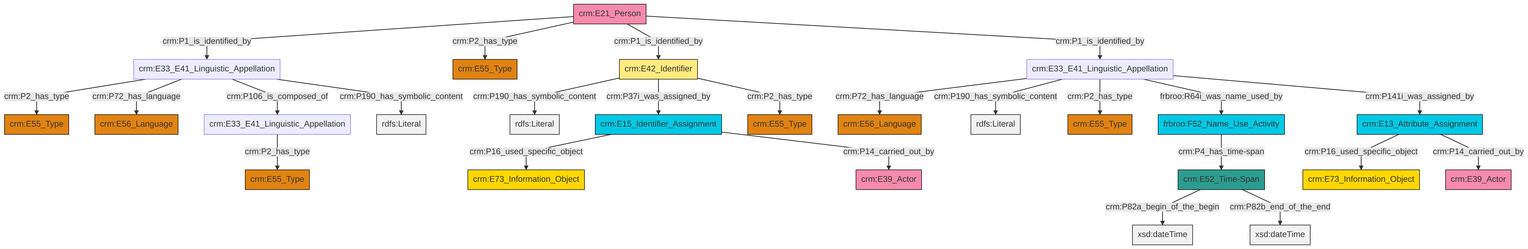
swiss-art-research-net/reference-data-models keeps this Mermaid diagram as et/personCSV/ttl/mmd/png/Person_Names_and_Classification.png. Above is the earlier version. Its source is kept beside it as et/personCSV/ttl/mmd/Person_Names_and_Classification.ttl.mmd.
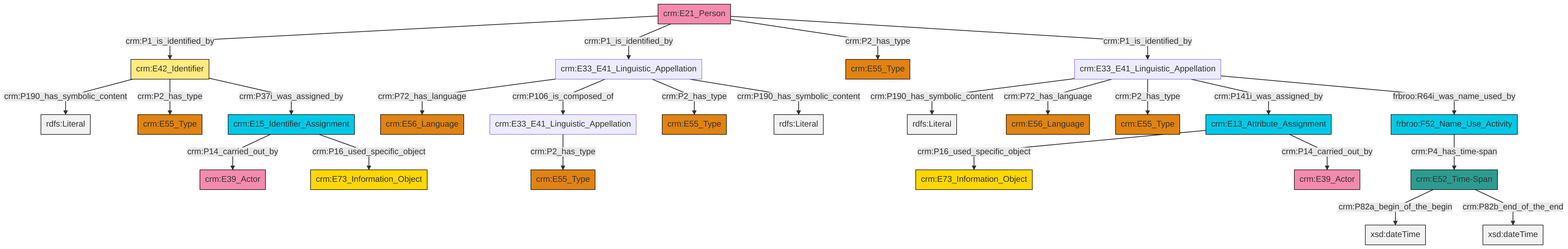
After the commit.

What changed in the source:
```diff
@@ -13,27 +13,27 @@
 classDef PC_Classes fill:#4ce600, stroke:#000000;
 classDef Multi fill:#cccccc,stroke:#000000;
 
-0["crm:E21_Person"]:::Actor -->|crm:P1_is_identified_by| 1["crm:E33_E41_Linguistic_Appellation"]:::Default
-2["crm:E13_Attribute_Assignment"]:::Temporal_Entity -->|crm:P16_used_specific_object| 3["crm:E73_Information_Object"]:::Conceptual_Object
-12["crm:E33_E41_Linguistic_Appellation"]:::Default -->|crm:P72_has_language| 13["crm:E56_Language"]:::Type
-2["crm:E13_Attribute_Assignment"]:::Temporal_Entity -->|crm:P14_carried_out_by| 17["crm:E39_Actor"]:::Actor
-0["crm:E21_Person"]:::Actor -->|crm:P2_has_type| 25["crm:E55_Type"]:::Type
-12["crm:E33_E41_Linguistic_Appellation"]:::Default -->|crm:P190_has_symbolic_content| 26[rdfs:Literal]:::Literal
-1["crm:E33_E41_Linguistic_Appellation"]:::Default -->|crm:P2_has_type| 20["crm:E55_Type"]:::Type
-33["crm:E42_Identifier"]:::Appellation -->|crm:P190_has_symbolic_content| 34[rdfs:Literal]:::Literal
-14["crm:E15_Identifier_Assignment"]:::Temporal_Entity -->|crm:P16_used_specific_object| 35["crm:E73_Information_Object"]:::Conceptual_Object
-12["crm:E33_E41_Linguistic_Appellation"]:::Default -->|crm:P2_has_type| 22["crm:E55_Type"]:::Type
-0["crm:E21_Person"]:::Actor -->|crm:P1_is_identified_by| 33["crm:E42_Identifier"]:::Appellation
-10["crm:E33_E41_Linguistic_Appellation"]:::Default -->|crm:P2_has_type| 4["crm:E55_Type"]:::Type
-39["crm:E52_Time-Span"]:::Time-Span -->|crm:P82a_begin_of_the_begin| 40[xsd:dateTime]:::Literal
-39["crm:E52_Time-Span"]:::Time-Span -->|crm:P82b_end_of_the_end| 41[xsd:dateTime]:::Literal
-1["crm:E33_E41_Linguistic_Appellation"]:::Default -->|crm:P72_has_language| 18["crm:E56_Language"]:::Type
-12["crm:E33_E41_Linguistic_Appellation"]:::Default -->|frbroo:R64i_was_name_used_by| 29["frbroo:F52_Name_Use_Activity"]:::Temporal_Entity
-1["crm:E33_E41_Linguistic_Appellation"]:::Default -->|crm:P106_is_composed_of| 10["crm:E33_E41_Linguistic_Appellation"]:::Default
-33["crm:E42_Identifier"]:::Appellation -->|crm:P37i_was_assigned_by| 14["crm:E15_Identifier_Assignment"]:::Temporal_Entity
-1["crm:E33_E41_Linguistic_Appellation"]:::Default -->|crm:P190_has_symbolic_content| 43[rdfs:Literal]:::Literal
-14["crm:E15_Identifier_Assignment"]:::Temporal_Entity -->|crm:P14_carried_out_by| 7["crm:E39_Actor"]:::Actor
-12["crm:E33_E41_Linguistic_Appellation"]:::Default -->|crm:P141i_was_assigned_by| 2["crm:E13_Attribute_Assignment"]:::Temporal_Entity
-33["crm:E42_Identifier"]:::Appellation -->|crm:P2_has_type| 27["crm:E55_Type"]:::Type
-0["crm:E21_Person"]:::Actor -->|crm:P1_is_identified_by| 12["crm:E33_E41_Linguistic_Appellation"]:::Default
-29["frbroo:F52_Name_Use_Activity"]:::Temporal_Entity -->|crm:P4_has_time-span| 39["crm:E52_Time-Span"]:::Time-Span
+0["crm:E21_Person"]:::Actor -->|crm:P1_is_identified_by| 1["crm:E42_Identifier"]:::Appellation
+2["crm:E33_E41_Linguistic_Appellation"]:::Default -->|crm:P190_has_symbolic_content| 3[rdfs:Literal]:::Literal
+2["crm:E33_E41_Linguistic_Appellation"]:::Default -->|crm:P72_has_language| 4["crm:E56_Language"]:::Type
+1["crm:E42_Identifier"]:::Appellation -->|crm:P190_has_symbolic_content| 5[rdfs:Literal]:::Literal
+2["crm:E33_E41_Linguistic_Appellation"]:::Default -->|crm:P2_has_type| 6["crm:E55_Type"]:::Type
+8["crm:E33_E41_Linguistic_Appellation"]:::Default -->|crm:P72_has_language| 9["crm:E56_Language"]:::Type
+12["crm:E52_Time-Span"]:::Time-Span -->|crm:P82a_begin_of_the_begin| 13[xsd:dateTime]:::Literal
+8["crm:E33_E41_Linguistic_Appellation"]:::Default -->|crm:P106_is_composed_of| 14["crm:E33_E41_Linguistic_Appellation"]:::Default
+0["crm:E21_Person"]:::Actor -->|crm:P1_is_identified_by| 8["crm:E33_E41_Linguistic_Appellation"]:::Default
+1["crm:E42_Identifier"]:::Appellation -->|crm:P2_has_type| 15["crm:E55_Type"]:::Type
+14["crm:E33_E41_Linguistic_Appellation"]:::Default -->|crm:P2_has_type| 20["crm:E55_Type"]:::Type
+0["crm:E21_Person"]:::Actor -->|crm:P2_has_type| 21["crm:E55_Type"]:::Type
+2["crm:E33_E41_Linguistic_Appellation"]:::Default -->|crm:P141i_was_assigned_by| 25["crm:E13_Attribute_Assignment"]:::Temporal_Entity
+8["crm:E33_E41_Linguistic_Appellation"]:::Default -->|crm:P2_has_type| 26["crm:E55_Type"]:::Type
+32["crm:E15_Identifier_Assignment"]:::Temporal_Entity -->|crm:P14_carried_out_by| 34["crm:E39_Actor"]:::Actor
+32["crm:E15_Identifier_Assignment"]:::Temporal_Entity -->|crm:P16_used_specific_object| 10["crm:E73_Information_Object"]:::Conceptual_Object
+1["crm:E42_Identifier"]:::Appellation -->|crm:P37i_was_assigned_by| 32["crm:E15_Identifier_Assignment"]:::Temporal_Entity
+25["crm:E13_Attribute_Assignment"]:::Temporal_Entity -->|crm:P16_used_specific_object| 18["crm:E73_Information_Object"]:::Conceptual_Object
+2["crm:E33_E41_Linguistic_Appellation"]:::Default -->|frbroo:R64i_was_name_used_by| 27["frbroo:F52_Name_Use_Activity"]:::Temporal_Entity
+0["crm:E21_Person"]:::Actor -->|crm:P1_is_identified_by| 2["crm:E33_E41_Linguistic_Appellation"]:::Default
+8["crm:E33_E41_Linguistic_Appellation"]:::Default -->|crm:P190_has_symbolic_content| 43[rdfs:Literal]:::Literal
+12["crm:E52_Time-Span"]:::Time-Span -->|crm:P82b_end_of_the_end| 44[xsd:dateTime]:::Literal
+25["crm:E13_Attribute_Assignment"]:::Temporal_Entity -->|crm:P14_carried_out_by| 22["crm:E39_Actor"]:::Actor
+27["frbroo:F52_Name_Use_Activity"]:::Temporal_Entity -->|crm:P4_has_time-span| 12["crm:E52_Time-Span"]:::Time-Span
```
